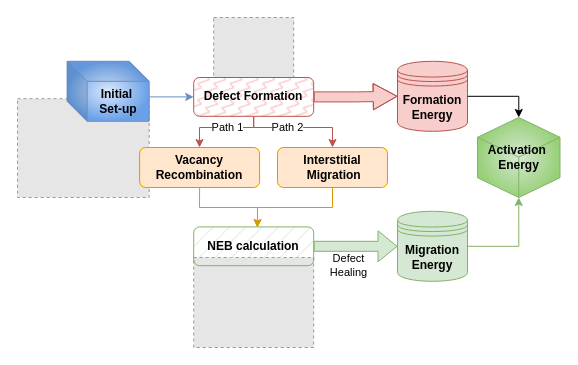
Earlier version of the draw.io diagram Copy of Untitled Diagram.drawio (yicao-elina/drawio). Source tidied: cells renumbered, new cells numbered last; positions are measured from the earlier drawing's top-left corner, leaving out a move shared by most shapes. Both pictures are drawn from the tidied source at 100%, with x=0, y=0 at pixel (17, 17). Pictures stored in the file or linked from it are replaced by grey dashed boxes.
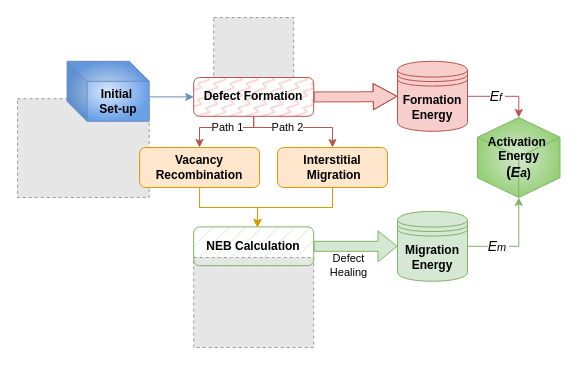
Above is the later version.

The change refers to these unchanged cells:
```xml
<mxCell id="16" value="&lt;b&gt;Formation&lt;br&gt;Energy&lt;/b&gt;&lt;b&gt;&lt;br&gt;&lt;/b&gt;" style="shape=datastore;whiteSpace=wrap;html=1;fillColor=#f8cecc;strokeColor=#b85450;fillStyle=auto;" parent="1" vertex="1">
  <mxGeometry x="380" y="43.8" width="70" height="70" as="geometry" />
</mxCell>
<mxCell id="17" style="edgeStyle=orthogonalEdgeStyle;rounded=0;jettySize=auto;html=1;entryX=0.5;entryY=1;entryDx=0;entryDy=0;entryPerimeter=0;fillColor=#d5e8d4;strokeColor=#82b366;" parent="1" edge="1" source="14" target="15">
  <mxGeometry relative="1" as="geometry" />
</mxCell>
```

Diff of the diagram source:
```diff
@@
-    <mxCell id="11" value="&lt;b&gt;NEB calculation&lt;/b&gt;" style="rounded=1;whiteSpace=wrap;html=1;fontSize=12;glass=0;strokeWidth=1;shadow=0;fillColor=#d5e8d4;strokeColor=#82b366;fillStyle=hatch;" parent="1" vertex="1">
+    <mxCell id="11" value="&lt;b&gt;NEB Calculation&lt;/b&gt;" style="rounded=1;whiteSpace=wrap;html=1;fontSize=12;glass=0;strokeWidth=1;shadow=0;fillColor=#d5e8d4;strokeColor=#82b366;fillStyle=hatch;" parent="1" vertex="1">
       <mxGeometry x="176.2" y="209.4" width="120" height="38.8" as="geometry" />
     </mxCell>
@@
-    <mxCell id="15" value="Activation&amp;nbsp;&lt;br&gt;Energy" style="html=1;whiteSpace=wrap;shape=isoCube2;backgroundOutline=1;isoAngle=15;fillColor=#d5e8d4;gradientColor=#97d077;strokeColor=#82b366;fontStyle=1;gradientDirection=radial;" parent="1" vertex="1">
+    <mxCell id="15" value="Activation&amp;nbsp;&lt;br&gt;Energy&lt;div&gt;&lt;span style=&quot;font-weight: 400; text-wrap: nowrap;&quot;&gt;&lt;b style=&quot;&quot;&gt;&lt;font style=&quot;font-size: 14px;&quot;&gt;(&lt;i&gt;E&lt;/i&gt;&lt;/font&gt;&lt;i&gt;a&lt;/i&gt;)&lt;/b&gt;&lt;/span&gt;&lt;br&gt;&lt;/div&gt;" style="html=1;whiteSpace=wrap;shape=isoCube2;backgroundOutline=1;isoAngle=15;fillColor=#d5e8d4;gradientColor=#97d077;strokeColor=#82b366;fontStyle=1;gradientDirection=radial;shadow=0;textShadow=0;" parent="1" vertex="1">
       <mxGeometry x="460" y="100" width="82.5" height="80" as="geometry" />
     </mxCell>
@@
+    <mxCell id="25" value="&lt;i&gt;&lt;font style=&quot;font-size: 14px;&quot;&gt;E&lt;/font&gt;m&amp;nbsp;&lt;/i&gt;" style="edgeLabel;html=1;align=center;verticalAlign=middle;" parent="17" vertex="1">
+      <mxGeometry x="-0.4" y="-1" relative="1" as="geometry">
+        <mxPoint y="-1" as="offset" />
+      </mxGeometry>
+    </mxCell>
@@
-    <mxCell id="22" style="edgeStyle=orthogonalEdgeStyle;rounded=0;jettySize=auto;html=1;entryX=0.5;entryY=0;entryDx=0;entryDy=0;entryPerimeter=0;" parent="1" edge="1" source="16" target="15">
+    <mxCell id="22" style="edgeStyle=orthogonalEdgeStyle;rounded=0;jettySize=auto;html=1;entryX=0.5;entryY=0;entryDx=0;entryDy=0;entryPerimeter=0;fillColor=#f8cecc;strokeColor=#b85450;" parent="1" edge="1" source="16" target="15">
       <mxGeometry relative="1" as="geometry" />
     </mxCell>
+    <mxCell id="26" value="&lt;i&gt;&lt;font style=&quot;font-size: 14px;&quot;&gt;E&lt;/font&gt;f&amp;nbsp;&lt;/i&gt;" style="edgeLabel;html=1;align=center;verticalAlign=middle;" parent="22" vertex="1">
+      <mxGeometry x="-0.21" y="2" relative="1" as="geometry">
+        <mxPoint y="2" as="offset" />
+      </mxGeometry>
+    </mxCell>
```
